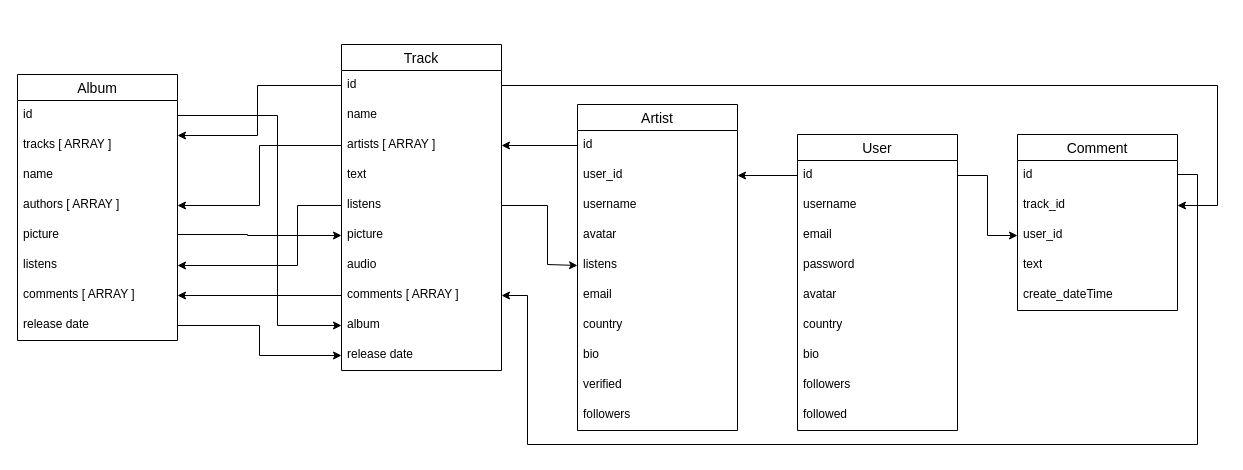
The draw.io diagram server/music-playground.drawio in Lordpluha/spotify-clone, before the edit. Source tidied: cells renumbered, new cells numbered last; positions are measured from the earlier drawing's top-left corner, leaving out a move shared by most shapes. Both pictures are drawn from the tidied source at 100%, with x=0, y=0 at pixel (17, 44).
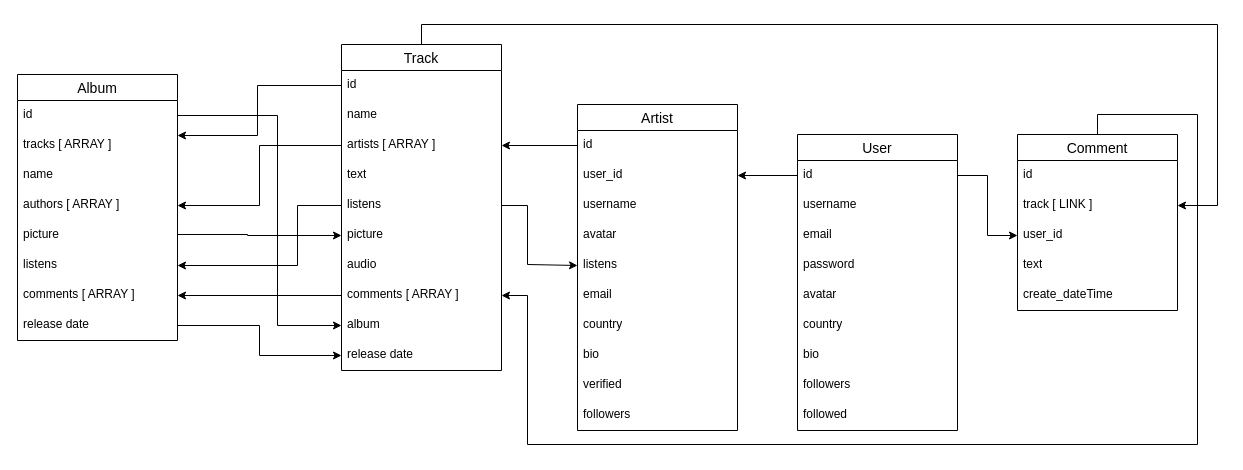
The same page after the edit.

The change refers to these unchanged cells:
```xml
<mxCell id="12" value="Comment" style="swimlane;fontStyle=0;horizontal=1;startSize=26;align=center;fontSize=14;" parent="1" vertex="1">
  <mxGeometry x="1000" y="90" width="160" height="176" as="geometry" />
</mxCell>
<mxCell id="13" value="id" style="text;strokeColor=none;fillColor=none;spacingLeft=4;spacingRight=4;overflow=hidden;points=[[0,0.5],[1,0.5]];portConstraint=eastwest;fontSize=12;whiteSpace=wrap;html=1;" parent="12" vertex="1">
  <mxGeometry y="26" width="160" height="30" as="geometry" />
</mxCell>
<mxCell id="23" value="listens" style="text;strokeColor=none;fillColor=none;spacingLeft=4;spacingRight=4;overflow=hidden;points=[[0,0.5],[1,0.5]];portConstraint=eastwest;fontSize=12;whiteSpace=wrap;html=1;" parent="18" vertex="1">
  <mxGeometry y="146" width="160" height="30" as="geometry" />
</mxCell>
<mxCell id="39" value="Track" style="swimlane;fontStyle=0;horizontal=1;startSize=26;align=center;fontSize=14;" parent="1" vertex="1">
  <mxGeometry x="324" width="160" height="326" as="geometry" />
</mxCell>
<mxCell id="40" value="id" style="text;strokeColor=none;fillColor=none;spacingLeft=4;spacingRight=4;overflow=hidden;points=[[0,0.5],[1,0.5]];portConstraint=eastwest;fontSize=12;whiteSpace=wrap;html=1;" parent="39" vertex="1">
  <mxGeometry y="26" width="160" height="30" as="geometry" />
</mxCell>
<mxCell id="44" value="listens" style="text;strokeColor=none;fillColor=none;spacingLeft=4;spacingRight=4;overflow=hidden;points=[[0,0.5],[1,0.5]];portConstraint=eastwest;fontSize=12;whiteSpace=wrap;html=1;" parent="39" vertex="1">
  <mxGeometry y="146" width="160" height="30" as="geometry" />
</mxCell>
<mxCell id="47" value="comments [ ARRAY ]" style="text;strokeColor=none;fillColor=none;spacingLeft=4;spacingRight=4;overflow=hidden;points=[[0,0.5],[1,0.5]];portConstraint=eastwest;fontSize=12;whiteSpace=wrap;html=1;" parent="39" vertex="1">
  <mxGeometry y="236" width="160" height="30" as="geometry" />
</mxCell>
```

What changed in the source:
```diff
@@
-    <mxCell id="14" value="track_id" style="text;strokeColor=none;fillColor=none;spacingLeft=4;spacingRight=4;overflow=hidden;points=[[0,0.5],[1,0.5]];portConstraint=eastwest;fontSize=12;whiteSpace=wrap;html=1;" parent="12" vertex="1">
+    <mxCell id="14" value="track [ LINK ]" style="text;strokeColor=none;fillColor=none;spacingLeft=4;spacingRight=4;overflow=hidden;points=[[0,0.5],[1,0.5]];portConstraint=eastwest;fontSize=12;whiteSpace=wrap;html=1;" parent="12" vertex="1">
       <mxGeometry y="56" width="160" height="30" as="geometry" />
     </mxCell>
-    <mxCell id="15" value="user_id" style="text;strokeColor=none;fillColor=none;spacingLeft=4;spacingRight=4;overflow=hidden;points=[[0,0.5],[1,0.5]];portConstraint=eastwest;fontSize=12;whiteSpace=wrap;html=1;" parent="12" vertex="1">
+    <mxCell id="15" value="user_id&amp;nbsp;" style="text;strokeColor=none;fillColor=none;spacingLeft=4;spacingRight=4;overflow=hidden;points=[[0,0.5],[1,0.5]];portConstraint=eastwest;fontSize=12;whiteSpace=wrap;html=1;" parent="12" vertex="1">
       <mxGeometry y="86" width="160" height="30" as="geometry" />
     </mxCell>
@@
-    <mxCell id="55" style="edgeStyle=orthogonalEdgeStyle;rounded=0;jettySize=auto;html=1;exitX=1;exitY=0.5;exitDx=0;exitDy=0;entryX=1;entryY=0.5;entryDx=0;entryDy=0;" parent="1" edge="1" source="13" target="47">
+    <mxCell id="55" style="edgeStyle=orthogonalEdgeStyle;rounded=0;jettySize=auto;html=1;exitX=0.5;exitY=0;exitDx=0;exitDy=0;entryX=1;entryY=0.5;entryDx=0;entryDy=0;" parent="1" edge="1" source="12" target="47">
       <mxGeometry relative="1" as="geometry">
         <Array as="points">
-          <mxPoint x="1160" y="130" />
-          <mxPoint x="1180" y="130" />
+          <mxPoint x="1080" y="70" />
+          <mxPoint x="1180" y="70" />
           <mxPoint x="1180" y="400" />
           <mxPoint x="510" y="400" />
           <mxPoint x="510" y="251" />
         </Array>
       </mxGeometry>
     </mxCell>
@@
-    <mxCell id="59" style="edgeStyle=orthogonalEdgeStyle;rounded=0;jettySize=auto;html=1;exitX=1;exitY=0.5;exitDx=0;exitDy=0;entryX=1;entryY=0.5;entryDx=0;entryDy=0;" parent="1" edge="1" source="40" target="14">
+    <mxCell id="59" style="edgeStyle=orthogonalEdgeStyle;rounded=0;jettySize=auto;html=1;exitX=0.5;exitY=0;exitDx=0;exitDy=0;entryX=1;entryY=0.5;entryDx=0;entryDy=0;" parent="1" edge="1" source="39" target="14">
       <mxGeometry relative="1" as="geometry">
         <Array as="points">
-          <mxPoint x="1200" y="41" />
+          <mxPoint x="404" y="-20" />
+          <mxPoint x="1200" y="-20" />
           <mxPoint x="1200" y="161" />
         </Array>
       </mxGeometry>
     </mxCell>
@@
     <mxCell id="61" style="edgeStyle=orthogonalEdgeStyle;rounded=0;jettySize=auto;html=1;exitX=1;exitY=0.5;exitDx=0;exitDy=0;entryX=0;entryY=0.5;entryDx=0;entryDy=0;" parent="1" edge="1" source="44" target="23">
       <mxGeometry relative="1" as="geometry">
         <Array as="points">
-          <mxPoint x="530" y="161" />
-          <mxPoint x="530" y="220" />
+          <mxPoint x="510" y="161" />
+          <mxPoint x="510" y="220" />
+          <mxPoint x="560" y="220" />
         </Array>
       </mxGeometry>
     </mxCell>
```
